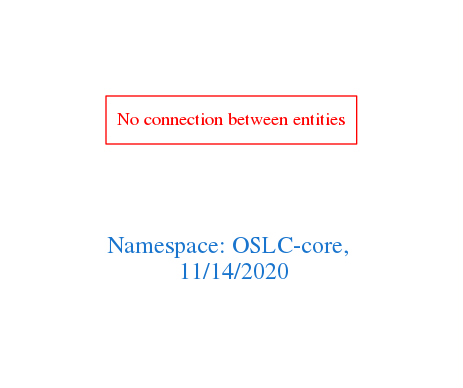
This is downloads/OSLC-core.png from arago/OGIT, a Graphviz export, as it was before one commit. Its source is kept beside it as downloads/OSLC-core.dot.
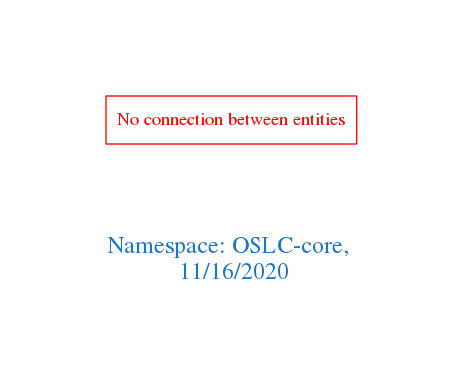
After the commit.

Change to the diagram source:
```diff
@@ -1,7 +1,7 @@
 digraph OGIT_ontology {
  graph [ rankdir= LR,pad=1
 fontsize = 18,
-fontcolor= dodgerblue3,label = "\n\n\nNamespace: OSLC-core, \n 11/14/2020"];
+fontcolor= dodgerblue3,label = "\n\n\nNamespace: OSLC-core, \n 11/16/2020"];
 node[shape=polygon];
 edge [  color="gray81"];
 
```
